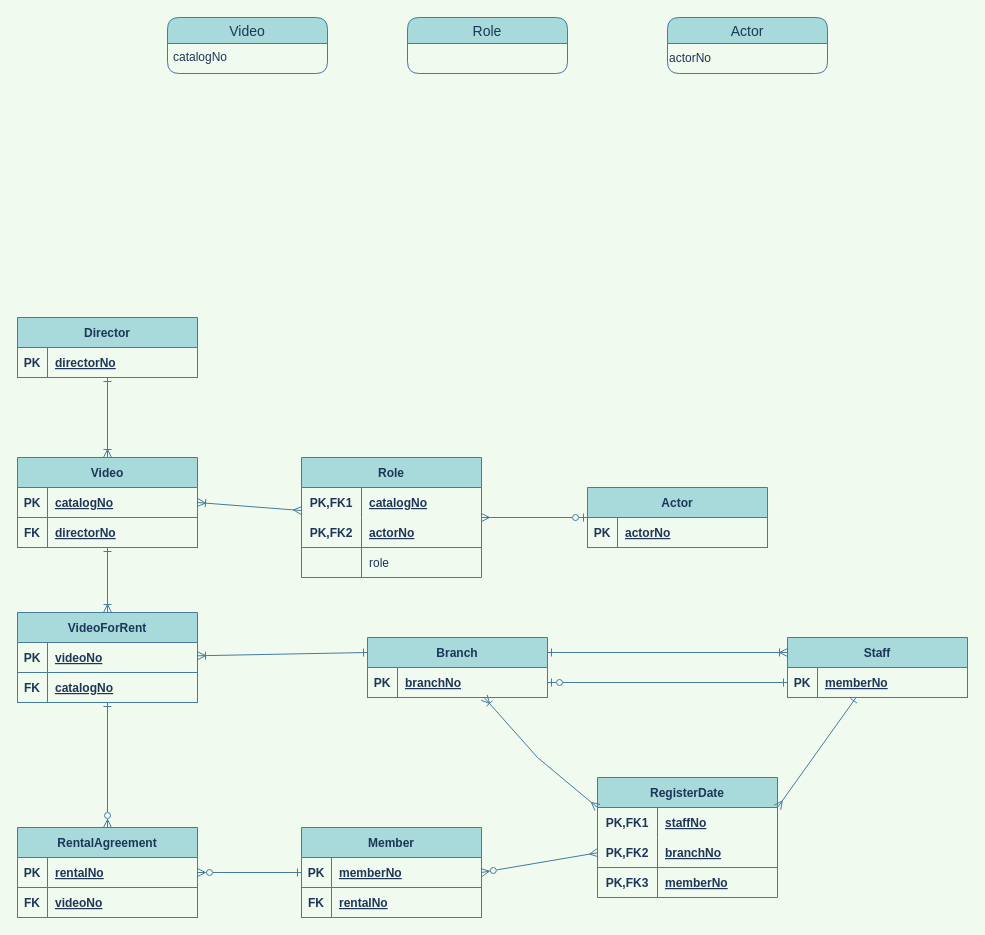
Above: StayHome.drawio in MarcusFN/Mapping-StayHome (draw.io), before the change. Source tidied: cells renumbered, new cells numbered last; positions are measured from the earlier drawing's top-left corner, leaving out a move shared by most shapes. Both pictures are drawn from the tidied source at 100%, with x=0, y=0 at pixel (17, 17).
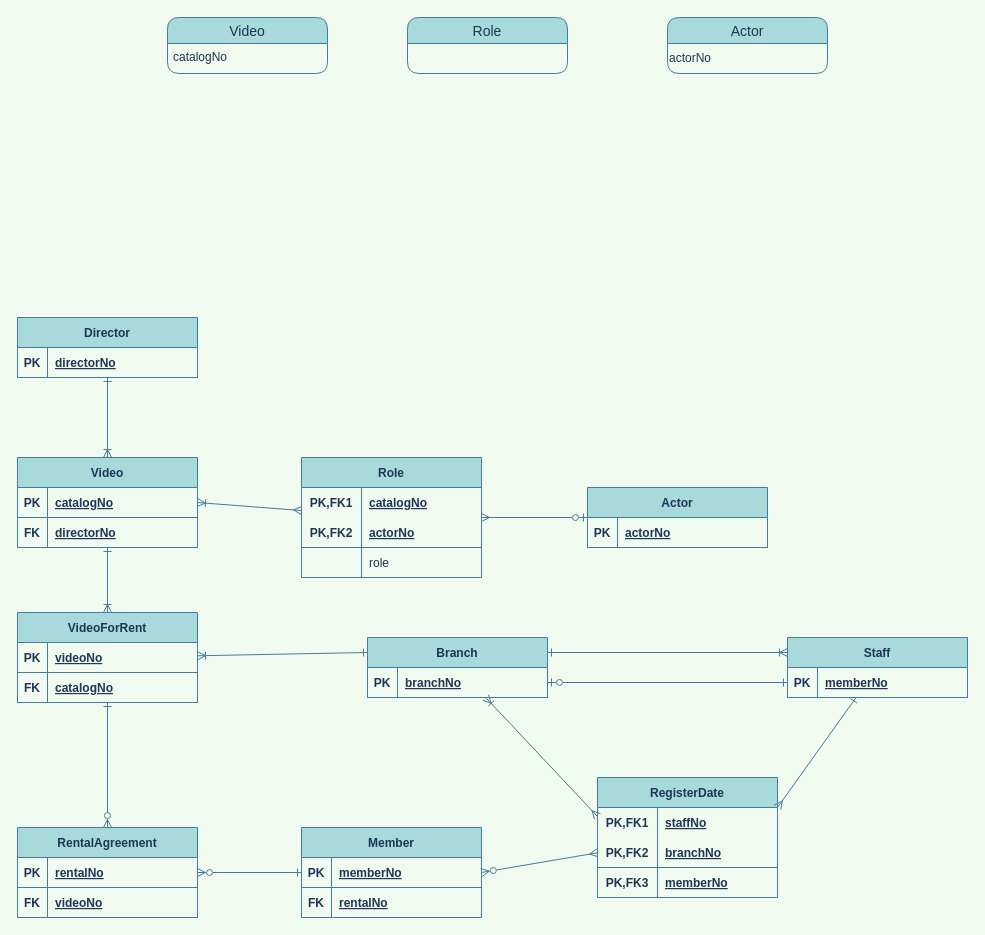
After the change.

Unchanged cells that the change refers to:
```xml
<mxCell id="60" value="RegisterDate" style="shape=table;startSize=30;childLayout=tableLayout;rowLines=0;fontStyle=1;align=center;strokeColor=#457B9D;fontColor=#1D3557;fillColor=#A8DADC;" parent="1" vertex="1">
  <mxGeometry x="580" y="760" width="180" height="120" as="geometry" />
</mxCell>
<mxCell id="61" style="shape=tableRow;horizontal=0;startSize=0;swimlaneHead=0;swimlaneBody=0;fillColor=none;points=[[0,0.5],[1,0.5]];portConstraint=eastwest;top=0;left=0;right=0;bottom=0;strokeColor=#457B9D;fontColor=#1D3557;" parent="60" vertex="1">
  <mxGeometry y="30" width="180" height="30" as="geometry" />
</mxCell>
<mxCell id="74" value="Branch" style="shape=table;startSize=30;childLayout=tableLayout;rowLines=0;fontStyle=1;align=center;strokeColor=#457B9D;fontColor=#1D3557;fillColor=#A8DADC;" parent="1" vertex="1">
  <mxGeometry x="350" y="620" width="180" height="60" as="geometry" />
</mxCell>
```

Change to the diagram source:
```diff
@@
-    <mxCell id="80" style="endArrow=ERoneToMany;html=1;rounded=0;strokeColor=#457B9D;strokeWidth=1;fontColor=#1D3557;fillColor=#A8DADC;exitX=0;exitY=0.25;exitDx=0;exitDy=0;startArrow=ERmany;startFill=0;endFill=0;labelBackgroundColor=#F1FAEE;" parent="1" edge="1" source="60" target="74">
-      <mxGeometry relative="1" as="geometry">
-        <Array as="points">
-          <mxPoint x="520" y="740" />
-        </Array>
-      </mxGeometry>
+    <mxCell id="80" style="endArrow=ERoneToMany;html=1;rounded=0;strokeColor=#457B9D;strokeWidth=1;fontColor=#1D3557;fillColor=#A8DADC;exitX=0;exitY=0.3;exitDx=0;exitDy=0;startArrow=ERmany;startFill=0;endFill=0;labelBackgroundColor=#F1FAEE;exitPerimeter=0;" parent="1" edge="1" source="61" target="74">
+      <mxGeometry relative="1" as="geometry" />
     </mxCell>
```
